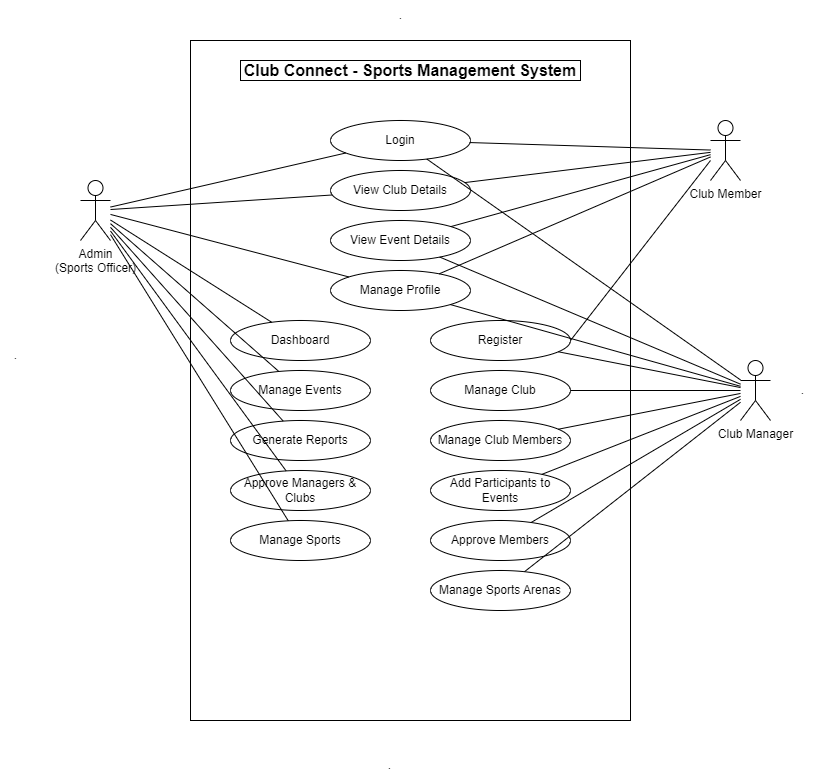
Earlier version of the draw.io export usecase.png (YathuPiraba/sports-management-system). Source tidied: cells renumbered, new cells last; positions are measured from the earlier drawing's top-left corner, leaving out a move shared by most shapes.
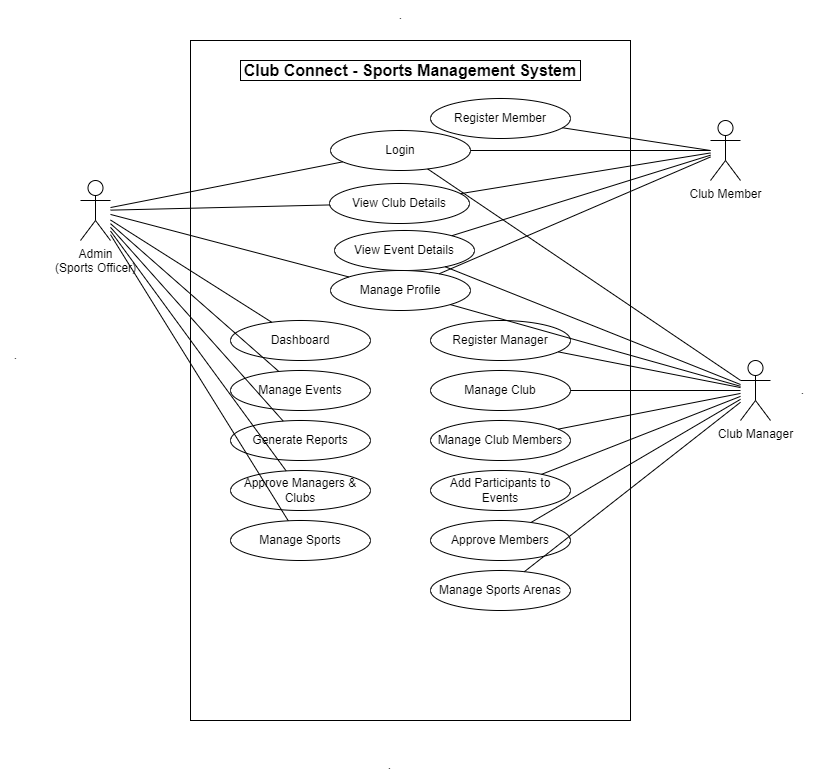
Above is the later version.

What changed in the source:
```diff
@@ -18,13 +18,13 @@
       <mxGeometry x="710" y="120" width="30" height="60" as="geometry" />
     </mxCell>
     <mxCell id="7" value="Login" style="ellipse;whiteSpace=wrap;html=1;strokeColor=#000000;" parent="1" vertex="1">
-      <mxGeometry x="330" y="120" width="140" height="40" as="geometry" />
+      <mxGeometry x="330" y="130" width="140" height="40" as="geometry" />
     </mxCell>
     <mxCell id="8" value="View Club Details" style="ellipse;whiteSpace=wrap;html=1;strokeColor=#000000;" parent="1" vertex="1">
-      <mxGeometry x="330" y="170" width="140" height="40" as="geometry" />
+      <mxGeometry x="329" y="183" width="140" height="40" as="geometry" />
     </mxCell>
     <mxCell id="9" value="View Event Details" style="ellipse;whiteSpace=wrap;html=1;strokeColor=#000000;" parent="1" vertex="1">
-      <mxGeometry x="330" y="220" width="140" height="40" as="geometry" />
+      <mxGeometry x="334" y="230" width="140" height="40" as="geometry" />
     </mxCell>
     <mxCell id="10" value="Manage Profile" style="ellipse;whiteSpace=wrap;html=1;strokeColor=#000000;" parent="1" vertex="1">
       <mxGeometry x="330" y="270" width="140" height="40" as="geometry" />
@@ -44,7 +44,7 @@
     <mxCell id="15" value="Manage Sports" style="ellipse;whiteSpace=wrap;html=1;strokeColor=#000000;" parent="1" vertex="1">
       <mxGeometry x="230" y="520" width="140" height="40" as="geometry" />
     </mxCell>
-    <mxCell id="16" value="Register" style="ellipse;whiteSpace=wrap;html=1;strokeColor=#000000;" parent="1" vertex="1">
+    <mxCell id="16" value="Register Manager" style="ellipse;whiteSpace=wrap;html=1;strokeColor=#000000;" parent="1" vertex="1">
       <mxGeometry x="430" y="320" width="140" height="40" as="geometry" />
     </mxCell>
     <mxCell id="17" value="Manage Club" style="ellipse;whiteSpace=wrap;html=1;strokeColor=#000000;" parent="1" vertex="1">
@@ -62,6 +62,9 @@
     <mxCell id="21" value="Manage Sports Arenas" style="ellipse;whiteSpace=wrap;html=1;strokeColor=#000000;" parent="1" vertex="1">
       <mxGeometry x="430" y="570" width="140" height="40" as="geometry" />
     </mxCell>
+    <mxCell id="48" value="Register Member" style="ellipse;whiteSpace=wrap;html=1;strokeColor=#000000;" parent="1" vertex="1">
+      <mxGeometry x="430" y="98" width="140" height="40" as="geometry" />
+    </mxCell>
     <mxCell id="22" style="endArrow=none;html=1;strokeColor=#000000;" parent="1" edge="1" source="4" target="7">
       <mxGeometry relative="1" as="geometry" />
     </mxCell>
@@ -113,13 +116,15 @@
     <mxCell id="38" style="endArrow=none;html=1;strokeColor=#000000;" parent="1" edge="1" source="5" target="9">
       <mxGeometry relative="1" as="geometry" />
     </mxCell>
-    <mxCell id="39" style="endArrow=none;html=1;strokeColor=#000000;entryX=1;entryY=0.5;entryDx=0;entryDy=0;" parent="1" edge="1" target="16">
+    <mxCell id="39" style="endArrow=none;html=1;strokeColor=#000000;" parent="1" edge="1" target="48">
       <mxGeometry relative="1" as="geometry">
-        <mxPoint x="710" y="160" as="sourcePoint" />
+        <mxPoint x="710" y="150" as="sourcePoint" />
       </mxGeometry>
     </mxCell>
-    <mxCell id="40" style="endArrow=none;html=1;strokeColor=#000000;" parent="1" edge="1" source="6" target="7">
-      <mxGeometry relative="1" as="geometry" />
+    <mxCell id="40" style="endArrow=none;html=1;strokeColor=#000000;" parent="1" edge="1" target="7">
+      <mxGeometry relative="1" as="geometry">
+        <mxPoint x="710" y="150" as="sourcePoint" />
+      </mxGeometry>
     </mxCell>
     <mxCell id="41" style="endArrow=none;html=1;strokeColor=#000000;" parent="1" edge="1" source="6" target="8">
       <mxGeometry relative="1" as="geometry" />
```
